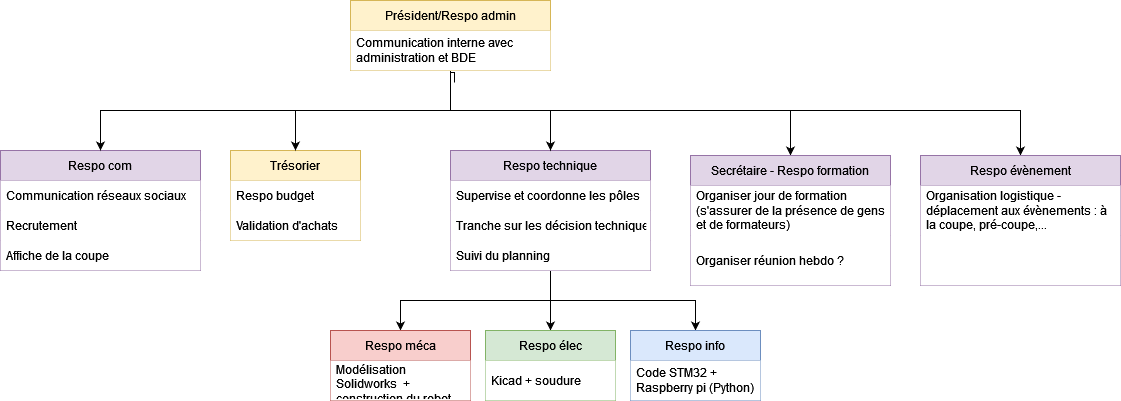
This is src/images/organigramme_2022.png from ENACRobotique/doc, a draw.io export, as it was before one commit. Source tidied: cells renumbered, new cells last; positions are measured from the earlier drawing's top-left corner, leaving out a move shared by most shapes.
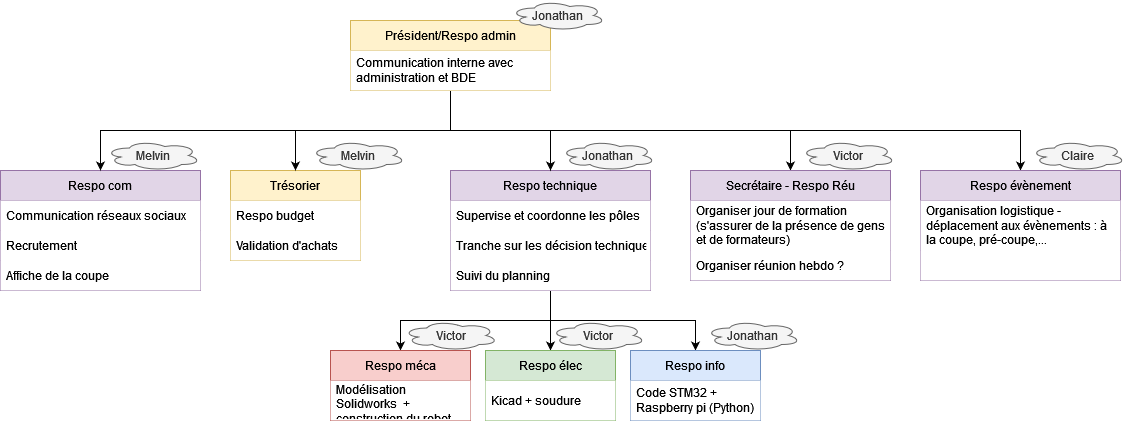
Above is the later version.

Change to the diagram source:
```diff
@@ -65,11 +65,9 @@
     <mxCell id="22" style="edgeStyle=orthogonalEdgeStyle;rounded=0;jettySize=auto;html=1;entryX=0.5;entryY=0;entryDx=0;entryDy=0;" parent="1" edge="1" source="27" target="5">
       <mxGeometry relative="1" as="geometry" />
     </mxCell>
-    <mxCell id="23" style="edgeStyle=orthogonalEdgeStyle;rounded=0;jettySize=auto;html=1;entryX=0.5;entryY=0;entryDx=0;entryDy=0;exitX=0.52;exitY=1.05;exitDx=0;exitDy=0;exitPerimeter=0;" parent="1" edge="1" target="29">
+    <mxCell id="23" style="edgeStyle=orthogonalEdgeStyle;rounded=0;jettySize=auto;html=1;entryX=0.5;entryY=0;entryDx=0;entryDy=0;exitX=0.5;exitY=0;exitDx=0;exitDy=0;" parent="1" edge="1" source="27" target="29">
       <mxGeometry relative="1" as="geometry">
-        <mxPoint x="454" y="82" as="sourcePoint" />
         <Array as="points">
-          <mxPoint x="450" y="72" />
           <mxPoint x="450" y="110" />
           <mxPoint x="790" y="110" />
         </Array>
@@ -100,23 +98,50 @@
     <mxCell id="28" value="Communication interne avec administration et BDE" style="text;align=left;verticalAlign=middle;spacingLeft=4;spacingRight=4;overflow=hidden;fillColor=default;whiteSpace=wrap;" parent="27" vertex="1">
       <mxGeometry y="30" width="200" height="40" as="geometry" />
     </mxCell>
-    <mxCell id="29" value="Secrétaire - Respo formation" style="swimlane;fontStyle=0;horizontal=1;startSize=30;fillColor=#e1d5e7;strokeColor=#9673a6;" parent="1" vertex="1">
-      <mxGeometry x="690" y="155" width="200" height="130" as="geometry" />
+    <mxCell id="29" value="Secrétaire - Respo Réu" style="swimlane;fontStyle=0;horizontal=1;startSize=30;fillColor=#e1d5e7;strokeColor=#9673a6;" parent="1" vertex="1">
+      <mxGeometry x="690" y="150" width="200" height="110" as="geometry" />
     </mxCell>
     <mxCell id="30" value="Organiser jour de formation (s'assurer de la présence de gens et de formateurs)" style="text;align=left;verticalAlign=middle;spacingLeft=4;spacingRight=4;overflow=hidden;whiteSpace=wrap;fillColor=default;" parent="29" vertex="1">
       <mxGeometry y="30" width="200" height="50" as="geometry" />
     </mxCell>
     <mxCell id="31" value="Organiser réunion hebdo ?" style="text;align=left;verticalAlign=middle;spacingLeft=4;spacingRight=4;overflow=hidden;whiteSpace=wrap;fillColor=default;" parent="29" vertex="1">
-      <mxGeometry y="80" width="200" height="50" as="geometry" />
+      <mxGeometry y="80" width="200" height="30" as="geometry" />
     </mxCell>
     <mxCell id="32" value="Respo évènement" style="swimlane;fontStyle=0;horizontal=1;startSize=30;fillColor=#e1d5e7;strokeColor=#9673a6;" parent="1" vertex="1">
-      <mxGeometry x="920" y="155" width="200" height="130" as="geometry" />
+      <mxGeometry x="920" y="150" width="200" height="110" as="geometry" />
     </mxCell>
     <mxCell id="33" value="Organisation logistique - déplacement aux évènements : à la coupe, pré-coupe,..." style="text;align=left;verticalAlign=middle;spacingLeft=4;spacingRight=4;overflow=hidden;whiteSpace=wrap;fillColor=default;" parent="32" vertex="1">
       <mxGeometry y="30" width="200" height="50" as="geometry" />
     </mxCell>
     <mxCell id="34" style="text;align=left;verticalAlign=middle;spacingLeft=4;spacingRight=4;overflow=hidden;whiteSpace=wrap;fillColor=default;" parent="32" vertex="1">
-      <mxGeometry y="80" width="200" height="50" as="geometry" />
+      <mxGeometry y="80" width="200" height="30" as="geometry" />
     </mxCell>
+    <mxCell id="35" value="Jonathan" style="ellipse;shape=cloud;whiteSpace=wrap;html=1;fillColor=#f5f5f5;fontColor=#333333;strokeColor=#666666;" parent="1" vertex="1">
+      <mxGeometry x="510" y="-20" width="95" height="30" as="geometry" />
+    </mxCell>
+    <mxCell id="36" value="Melvin" style="ellipse;shape=cloud;whiteSpace=wrap;html=1;fillColor=#f5f5f5;fontColor=#333333;strokeColor=#666666;" parent="1" vertex="1">
+      <mxGeometry x="105" y="120" width="95" height="30" as="geometry" />
+    </mxCell>
+    <mxCell id="37" value="Melvin" style="ellipse;shape=cloud;whiteSpace=wrap;html=1;fillColor=#f5f5f5;fontColor=#333333;strokeColor=#666666;" parent="1" vertex="1">
+      <mxGeometry x="310" y="120" width="95" height="30" as="geometry" />
+    </mxCell>
+    <mxCell id="38" value="Jonathan" style="ellipse;shape=cloud;whiteSpace=wrap;html=1;fillColor=#f5f5f5;fontColor=#333333;strokeColor=#666666;" parent="1" vertex="1">
+      <mxGeometry x="560" y="120" width="95" height="30" as="geometry" />
+    </mxCell>
+    <mxCell id="39" value="Victor" style="ellipse;shape=cloud;whiteSpace=wrap;html=1;fillColor=#f5f5f5;fontColor=#333333;strokeColor=#666666;" parent="1" vertex="1">
+      <mxGeometry x="800" y="120" width="95" height="30" as="geometry" />
+    </mxCell>
+    <mxCell id="40" value="Claire" style="ellipse;shape=cloud;whiteSpace=wrap;html=1;fillColor=#f5f5f5;fontColor=#333333;strokeColor=#666666;" parent="1" vertex="1">
+      <mxGeometry x="1030" y="120" width="95" height="30" as="geometry" />
+    </mxCell>
+    <mxCell id="41" value="Victor" style="ellipse;shape=cloud;whiteSpace=wrap;html=1;fillColor=#f5f5f5;fontColor=#333333;strokeColor=#666666;" parent="1" vertex="1">
+      <mxGeometry x="402.5" y="300" width="95" height="30" as="geometry" />
+    </mxCell>
+    <mxCell id="42" value="Victor" style="ellipse;shape=cloud;whiteSpace=wrap;html=1;fillColor=#f5f5f5;fontColor=#333333;strokeColor=#666666;" parent="1" vertex="1">
+      <mxGeometry x="550" y="300" width="95" height="30" as="geometry" />
+    </mxCell>
+    <mxCell id="43" value="Jonathan" style="ellipse;shape=cloud;whiteSpace=wrap;html=1;fillColor=#f5f5f5;fontColor=#333333;strokeColor=#666666;" parent="1" vertex="1">
+      <mxGeometry x="705" y="300" width="95" height="30" as="geometry" />
+    </mxCell>
   </root>
 </mxGraphModel>
```
